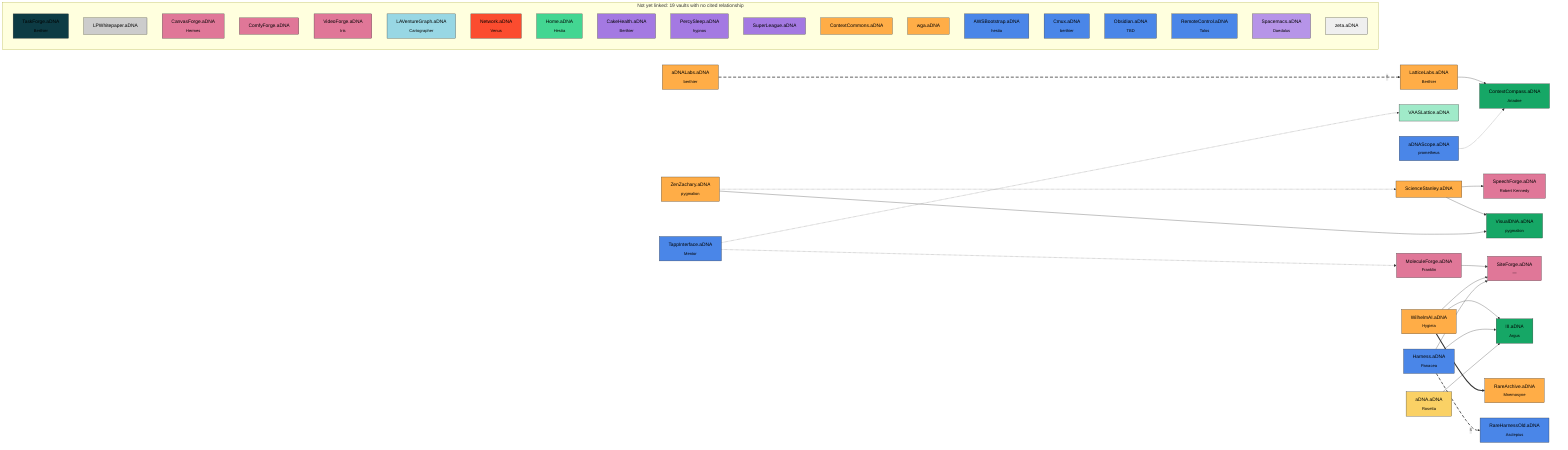
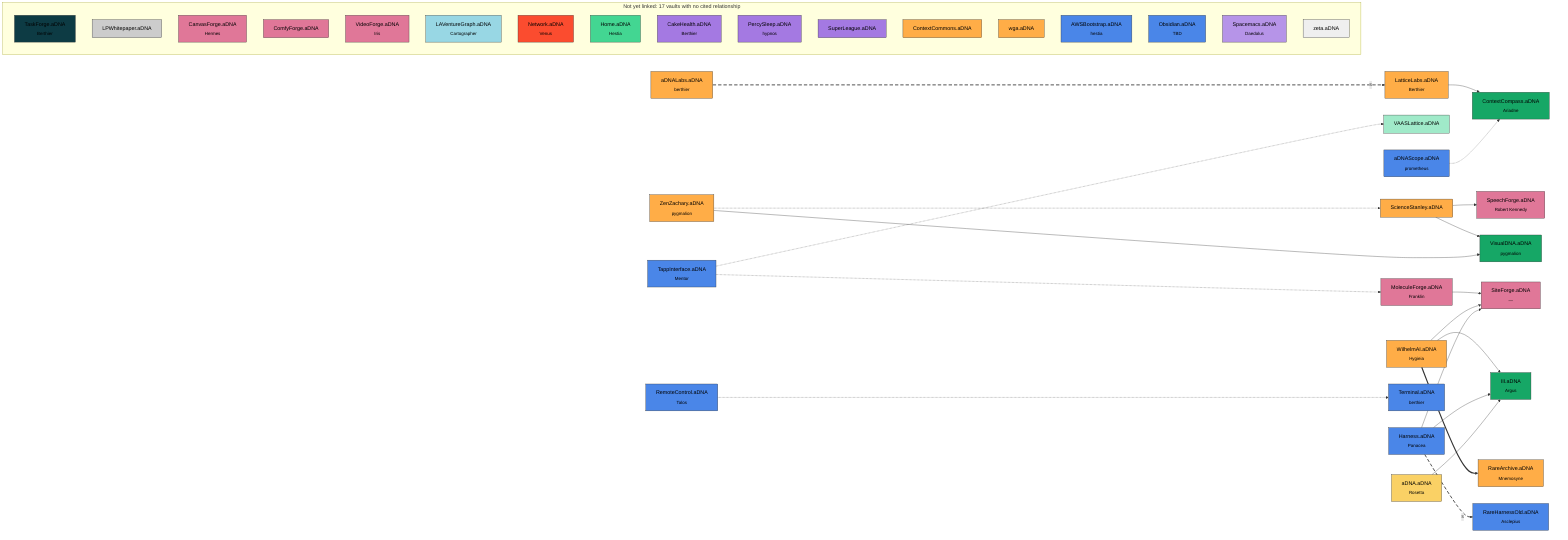
flowchart LR
  MoleculeForge_aDNA["MoleculeForge.aDNA<br><sub>Franklin</sub>"]:::classforge
  SiteForge_aDNA["SiteForge.aDNA<br><sub>—</sub>"]:::classforge
  SpeechForge_aDNA["SpeechForge.aDNA<br><sub>Robert Kennedy</sub>"]:::classforge
  ContextCompass_aDNA["ContextCompass.aDNA<br><sub>Ariadne</sub>"]:::classframework
  III_aDNA["III.aDNA<br><sub>Argus</sub>"]:::classframework
  visualdna["VisualDNA.aDNA<br><sub>pygmalion</sub>"]:::classframework
  VAASLattice_aDNA["VAASLattice.aDNA"]:::classframeworkcandidate
  adnalabs["aDNALabs.aDNA<br><sub>berthier</sub>"]:::classorgvault
  LatticeLabs_aDNA["LatticeLabs.aDNA<br><sub>Berthier</sub>"]:::classorgvault
  RareArchive_aDNA["RareArchive.aDNA<br><sub>Mnemosyne</sub>"]:::classorgvault
  sciencestanley["ScienceStanley.aDNA"]:::classorgvault
  WilhelmAI_aDNA["WilhelmAI.aDNA<br><sub>Hygieia</sub>"]:::classorgvault
  zenzachary["ZenZachary.aDNA<br><sub>pygmalion</sub>"]:::classorgvault
  adnascope["aDNAScope.aDNA<br><sub>prometheus</sub>"]:::classplatform
  Harness_aDNA["Harness.aDNA<br><sub>Panacea</sub>"]:::classplatform
  RareHarnessOld_aDNA["RareHarnessOld.aDNA<br><sub>Asclepius</sub>"]:::classplatform
+   RemoteControl_aDNA["RemoteControl.aDNA<br><sub>Talos</sub>"]:::classplatform
  TappInterface_aDNA["TappInterface.aDNA<br><sub>Mentor</sub>"]:::classplatform
+   terminal["Terminal.aDNA<br><sub>berthier</sub>"]:::classplatform
  aDNA_aDNA["aDNA.aDNA<br><sub>Rosetta</sub>"]:::classstandarddev

-   subgraph orphans["Not yet linked: 19 vaults with no cited relationship"]
+   subgraph orphans["Not yet linked: 17 vaults with no cited relationship"]
    direction TB
    TaskForge_aDNA["TaskForge.aDNA<br><sub>Berthier</sub>"]:::classcoordination
    LPWhitepaper_aDNA["LPWhitepaper.aDNA"]:::classdocument
    CanvasForge_aDNA["CanvasForge.aDNA<br><sub>Hermes</sub>"]:::classforge
    ComfyForge_aDNA["ComfyForge.aDNA"]:::classforge
    VideoForge_aDNA["VideoForge.aDNA<br><sub>Iris</sub>"]:::classforge
    LAVentureGraph_aDNA["LAVentureGraph.aDNA<br><sub>Cartographer</sub>"]:::classknowledgegraph
    Network_aDNA["Network.aDNA<br><sub>Venus</sub>"]:::classnetwork
    Home_aDNA["Home.aDNA<br><sub>Hestia</sub>"]:::classnodeoperational
    CakeHealth_aDNA["CakeHealth.aDNA<br><sub>Berthier</sub>"]:::classorggraph
    percysleep["PercySleep.aDNA<br><sub>hypnos</sub>"]:::classorggraph
    SuperLeague_aDNA["SuperLeague.aDNA"]:::classorggraph
    ContextCommons_aDNA["ContextCommons.aDNA"]:::classorgvault
    wga_aDNA["wga.aDNA"]:::classorgvault
    awsbootstrap["AWSBootstrap.aDNA<br><sub>hestia</sub>"]:::classplatform
-     cmux["Cmux.aDNA<br><sub>berthier</sub>"]:::classplatform
    Obsidian_aDNA["Obsidian.aDNA<br><sub>TBD</sub>"]:::classplatform
-     RemoteControl_aDNA["RemoteControl.aDNA<br><sub>Talos</sub>"]:::classplatform
    Spacemacs_aDNA["Spacemacs.aDNA<br><sub>Daedalus</sub>"]:::classtooling
    zeta_aDNA["zeta.aDNA"]:::classworkspace
  end

  MoleculeForge_aDNA --> SiteForge_aDNA
  adnalabs -.->|s| LatticeLabs_aDNA
  LatticeLabs_aDNA --> ContextCompass_aDNA
  sciencestanley --> SpeechForge_aDNA
  sciencestanley --> visualdna
  WilhelmAI_aDNA --> SiteForge_aDNA
  WilhelmAI_aDNA --> III_aDNA
  WilhelmAI_aDNA ==> RareArchive_aDNA
  zenzachary -.-> sciencestanley
  zenzachary --> visualdna
  adnascope -.-> ContextCompass_aDNA
  Harness_aDNA --> SiteForge_aDNA
  Harness_aDNA --> III_aDNA
  Harness_aDNA -.->|s| RareHarnessOld_aDNA
+   RemoteControl_aDNA -.-> terminal
  TappInterface_aDNA -.-> MoleculeForge_aDNA
  TappInterface_aDNA -.-> VAASLattice_aDNA
  aDNA_aDNA --> III_aDNA
  linkStyle 1,13 stroke-width:2.5px,stroke-dasharray:10 6

  classDef classforge fill:#e07798,stroke:#333,color:#000
  classDef classframework fill:#16a766,stroke:#333,color:#000
  classDef classframeworkcandidate fill:#a0eac9,stroke:#333,color:#000
  classDef classplatform fill:#4a86e8,stroke:#333,color:#000
  classDef classorgvault fill:#ffad47,stroke:#333,color:#000
  classDef classstandarddev fill:#fad165,stroke:#333,color:#000
  classDef classorggraph fill:#a479e2,stroke:#333,color:#000
  classDef classnetwork fill:#fb4c2f,stroke:#333,color:#000
  classDef classnodeoperational fill:#43d692,stroke:#333,color:#000
  classDef classcoordination fill:#0d3b44,stroke:#333,color:#000
  classDef classdocument fill:#cccccc,stroke:#333,color:#000
  classDef classknowledgegraph fill:#98d7e4,stroke:#333,color:#000
  classDef classtooling fill:#b694e8,stroke:#333,color:#000
  classDef classworkspace fill:#efefef,stroke:#333,color:#000
  classDef classsuperseded fill:#666666,stroke:#333,color:#000
